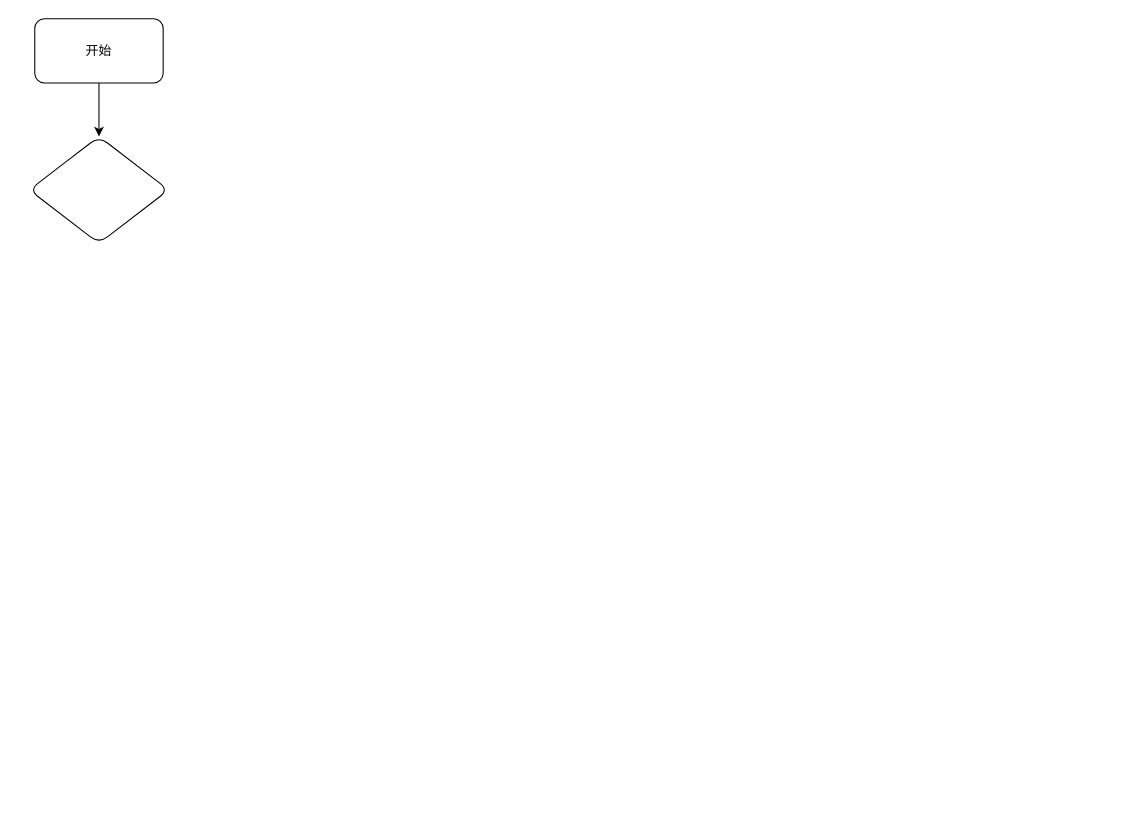
hedashuaii/drwa.io keeps this draw.io diagram as source/未命名绘图.drawio. Above is the earlier version. Source tidied: cells renumbered, new cells numbered last; positions are measured from the earlier drawing's top-left corner, leaving out a move shared by most shapes. Both pictures are drawn from the tidied source at 107%, with x=0, y=0 at pixel (29, 18).
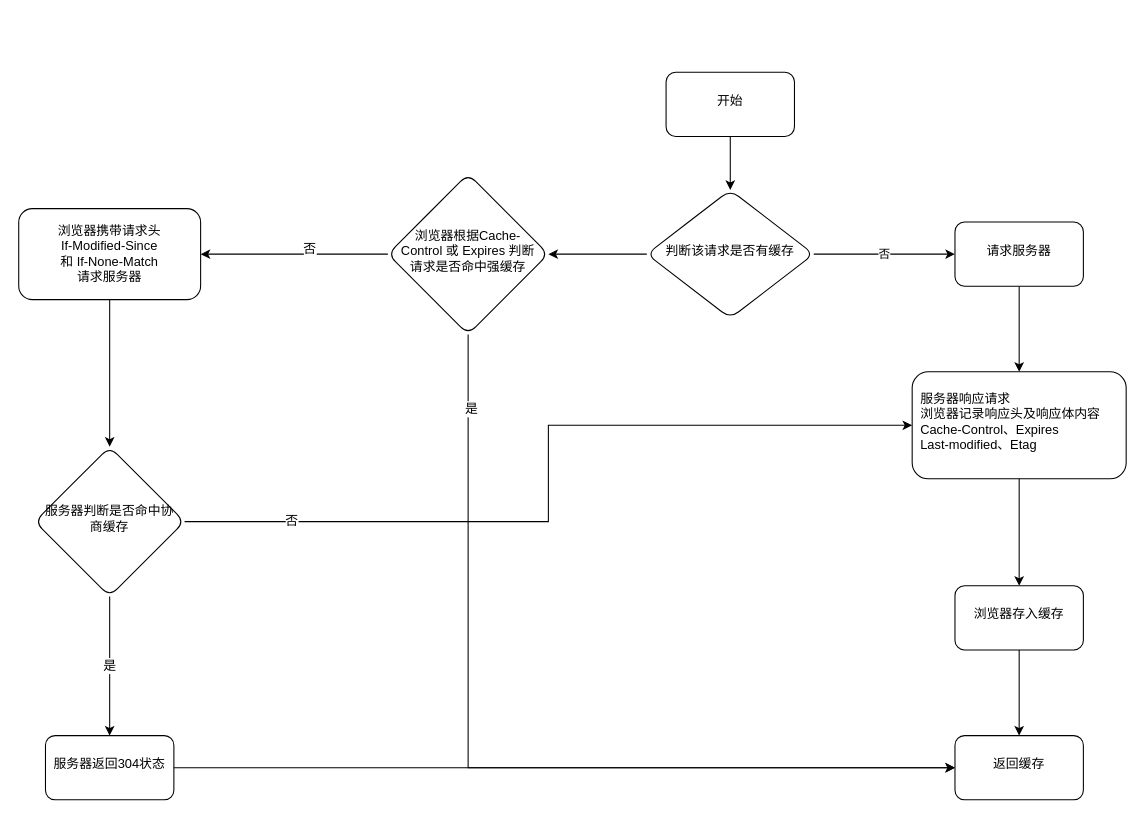
Above is the later version.

What changed in the source:
```diff
@@
-<mxGraphModel>
+<mxGraphModel background="#FFFFFF">
@@
-    <mxCell id="2" style="edgeStyle=orthogonalEdgeStyle;rounded=0;jettySize=auto;html=1;" parent="1" edge="1" source="3" target="4">
+    <mxCell id="2" style="edgeStyle=orthogonalEdgeStyle;rounded=0;jettySize=auto;html=1;spacingRight=6;spacingLeft=6;spacingBottom=6;" parent="1" edge="1" source="3" target="4">
       <mxGeometry relative="1" as="geometry" />
     </mxCell>
-    <mxCell id="3" value="开始" style="rounded=1;whiteSpace=wrap;html=1;" parent="1" vertex="1">
-      <mxGeometry x="5" width="120" height="60" as="geometry" />
+    <mxCell id="3" value="开始" style="rounded=1;whiteSpace=wrap;html=1;spacingRight=6;spacingLeft=6;spacingBottom=6;" parent="1" vertex="1">
+      <mxGeometry x="595" y="50" width="120" height="60" as="geometry" />
     </mxCell>
+    <mxCell id="5" style="edgeStyle=orthogonalEdgeStyle;rounded=0;jettySize=auto;html=1;fontFamily=Helvetica;fontSize=12;fontColor=default;" parent="1" edge="1" source="4" target="13">
+      <mxGeometry relative="1" as="geometry" />
+    </mxCell>
-    <mxCell id="4" style="rhombus;whiteSpace=wrap;html=1;rounded=1;" parent="1" vertex="1">
-      <mxGeometry y="110" width="130" height="100" as="geometry" />
+    <mxCell id="4" value="判断该请求是否有缓存" style="rhombus;whiteSpace=wrap;html=1;rounded=1;spacingLeft=6;spacingBottom=6;spacingRight=6;" parent="1" vertex="1">
+      <mxGeometry x="577" y="160" width="156" height="120" as="geometry" />
     </mxCell>
+    <mxCell id="6" style="edgeStyle=orthogonalEdgeStyle;rounded=0;jettySize=auto;html=1;fontFamily=Helvetica;fontSize=12;fontColor=default;" parent="1" edge="1" source="7" target="15">
+      <mxGeometry relative="1" as="geometry" />
+    </mxCell>
+    <mxCell id="7" value="请求服务器" style="whiteSpace=wrap;html=1;rounded=1;spacingLeft=6;spacingBottom=6;spacingRight=6;" parent="1" vertex="1">
+      <mxGeometry x="865" y="190" width="120" height="60" as="geometry" />
+    </mxCell>
+    <mxCell id="8" value="否" style="endArrow=classic;html=1;rounded=0;exitX=1;exitY=0.5;exitDx=0;exitDy=0;" parent="1" edge="1" source="4" target="7">
+      <mxGeometry relative="1" as="geometry" />
+    </mxCell>
+    <mxCell id="9" style="edgeStyle=orthogonalEdgeStyle;rounded=0;jettySize=auto;html=1;fontFamily=Helvetica;fontSize=12;fontColor=default;entryX=0;entryY=0.5;entryDx=0;entryDy=0;exitX=0.5;exitY=1;exitDx=0;exitDy=0;" parent="1" edge="1" source="13" target="18">
+      <mxGeometry relative="1" as="geometry">
+        <Array as="points">
+          <mxPoint x="410" y="700" />
+        </Array>
+      </mxGeometry>
+    </mxCell>
+    <mxCell id="10" value="是" style="edgeLabel;html=1;align=center;verticalAlign=middle;fontSize=12;fontFamily=Helvetica;fontColor=default;" parent="9" vertex="1">
+      <mxGeometry x="-0.84" y="2" relative="1" as="geometry" />
+    </mxCell>
+    <mxCell id="11" style="edgeStyle=orthogonalEdgeStyle;rounded=0;jettySize=auto;html=1;fontFamily=Helvetica;fontSize=12;fontColor=default;entryX=1;entryY=0.5;entryDx=0;entryDy=0;" parent="1" edge="1" source="13" target="23">
+      <mxGeometry relative="1" as="geometry" />
+    </mxCell>
+    <mxCell id="12" value="否" style="edgeLabel;html=1;align=center;verticalAlign=middle;fontSize=12;fontFamily=Helvetica;fontColor=default;" parent="11" vertex="1">
+      <mxGeometry x="-0.15" y="-6" relative="1" as="geometry" />
+    </mxCell>
+    <mxCell id="13" value="&lt;span style=&quot;&quot;&gt;浏览器根据Cache-Control&amp;nbsp;或 Expires 判断请求是否命中强缓存&lt;/span&gt;" style="rhombus;whiteSpace=wrap;html=1;rounded=1;spacingLeft=6;spacingBottom=6;spacingRight=6;" parent="1" vertex="1">
+      <mxGeometry x="335" y="145" width="150" height="150" as="geometry" />
+    </mxCell>
+    <mxCell id="14" style="edgeStyle=orthogonalEdgeStyle;rounded=0;jettySize=auto;html=1;fontFamily=Helvetica;fontSize=12;fontColor=default;" parent="1" edge="1" source="15" target="17">
+      <mxGeometry relative="1" as="geometry" />
+    </mxCell>
+    <mxCell id="15" value="服务器响应请求&lt;br&gt;浏览器记录响应头及响应体内容&lt;br&gt;Cache-Control、Expires&lt;br&gt;Last-modified、Etag" style="whiteSpace=wrap;html=1;rounded=1;spacingLeft=6;spacingBottom=6;spacingRight=6;align=left;" parent="1" vertex="1">
+      <mxGeometry x="825" y="330" width="200" height="100" as="geometry" />
+    </mxCell>
+    <mxCell id="16" style="edgeStyle=orthogonalEdgeStyle;rounded=0;jettySize=auto;html=1;fontFamily=Helvetica;fontSize=12;fontColor=default;" parent="1" edge="1" source="17" target="18">
+      <mxGeometry relative="1" as="geometry" />
+    </mxCell>
+    <mxCell id="17" value="浏览器存入缓存" style="whiteSpace=wrap;html=1;align=center;rounded=1;spacingLeft=6;spacingBottom=6;spacingRight=6;" parent="1" vertex="1">
+      <mxGeometry x="865" y="530" width="120" height="60" as="geometry" />
+    </mxCell>
+    <mxCell id="18" value="返回缓存" style="whiteSpace=wrap;html=1;rounded=1;spacingLeft=6;spacingBottom=6;spacingRight=6;" parent="1" vertex="1">
+      <mxGeometry x="865" y="670" width="120" height="60" as="geometry" />
+    </mxCell>
+    <mxCell id="19" style="edgeStyle=orthogonalEdgeStyle;rounded=0;jettySize=auto;html=1;fontFamily=Helvetica;fontSize=12;fontColor=default;exitX=0.5;exitY=1;exitDx=0;exitDy=0;" parent="1" edge="1" source="23" target="22">
+      <mxGeometry relative="1" as="geometry" />
+    </mxCell>
+    <mxCell id="20" value="否" style="edgeStyle=orthogonalEdgeStyle;rounded=0;jettySize=auto;html=1;fontFamily=Helvetica;fontSize=12;fontColor=default;entryX=0;entryY=0.5;entryDx=0;entryDy=0;" parent="1" edge="1" source="22" target="15">
+      <mxGeometry x="-0.74" relative="1" as="geometry" />
+    </mxCell>
+    <mxCell id="21" value="是" style="edgeStyle=orthogonalEdgeStyle;rounded=0;jettySize=auto;html=1;fontFamily=Helvetica;fontSize=12;fontColor=default;" parent="1" edge="1" source="22" target="24">
+      <mxGeometry relative="1" as="geometry" />
+    </mxCell>
+    <mxCell id="22" value="服务器判断是否命中协商缓存" style="rhombus;whiteSpace=wrap;html=1;rounded=1;spacingLeft=6;spacingBottom=6;spacingRight=6;" parent="1" vertex="1">
+      <mxGeometry x="5" y="400" width="140" height="140" as="geometry" />
+    </mxCell>
+    <mxCell id="23" value="&lt;span style=&quot;&quot;&gt;浏览器携带请求头&lt;/span&gt;&lt;br style=&quot;&quot;&gt;&lt;span style=&quot;&quot;&gt;If-Modified-Since&lt;/span&gt;&lt;br style=&quot;&quot;&gt;&lt;span style=&quot;&quot;&gt;和 If-None-Match&lt;/span&gt;&lt;br style=&quot;&quot;&gt;&lt;span style=&quot;&quot;&gt;请求服务器&lt;/span&gt;" style="rounded=1;whiteSpace=wrap;html=1;fontFamily=Helvetica;fontSize=12;fontColor=default;strokeColor=default;fillColor=default;" parent="1" vertex="1">
+      <mxGeometry x="-10" y="177.5" width="170" height="85" as="geometry" />
+    </mxCell>
+    <mxCell id="24" value="服务器返回304状态" style="whiteSpace=wrap;html=1;rounded=1;spacingLeft=6;spacingBottom=6;spacingRight=6;" parent="1" vertex="1">
+      <mxGeometry x="15" y="670" width="120" height="60" as="geometry" />
+    </mxCell>
+    <mxCell id="25" style="endArrow=classic;html=1;rounded=0;fontFamily=Helvetica;fontSize=12;fontColor=default;exitX=1;exitY=0.5;exitDx=0;exitDy=0;entryX=0;entryY=0.5;entryDx=0;entryDy=0;" parent="1" edge="1" source="24" target="18">
+      <mxGeometry relative="1" as="geometry" />
+    </mxCell>
```
